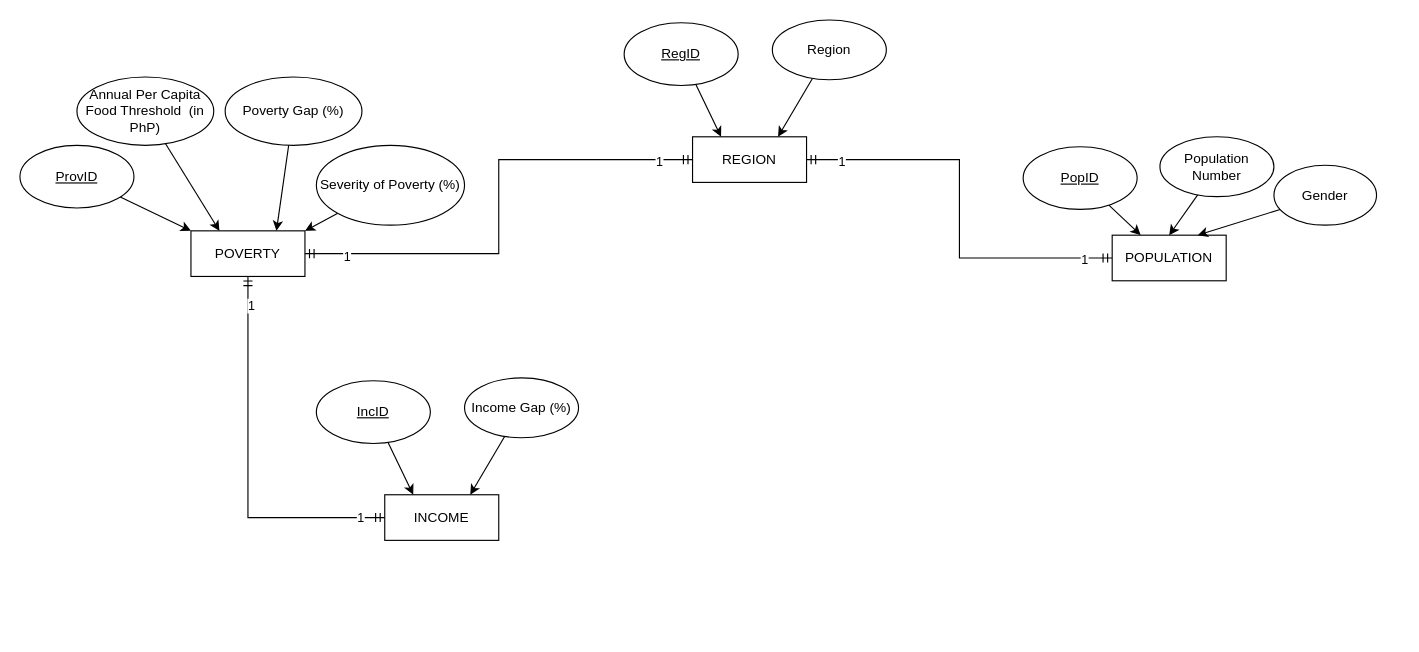
This is page "ERD" (2 of 3) of DECapstone diagrams.drawio from vinsanity2022/SPARTACapstone, a draw.io file, before an edit. Source tidied: cells renumbered, new cells numbered last; positions are measured from the earlier drawing's top-left corner, leaving out a move shared by most shapes. Both pictures are drawn from the tidied source at 114%, with x=0, y=0 at pixel (19, 19).
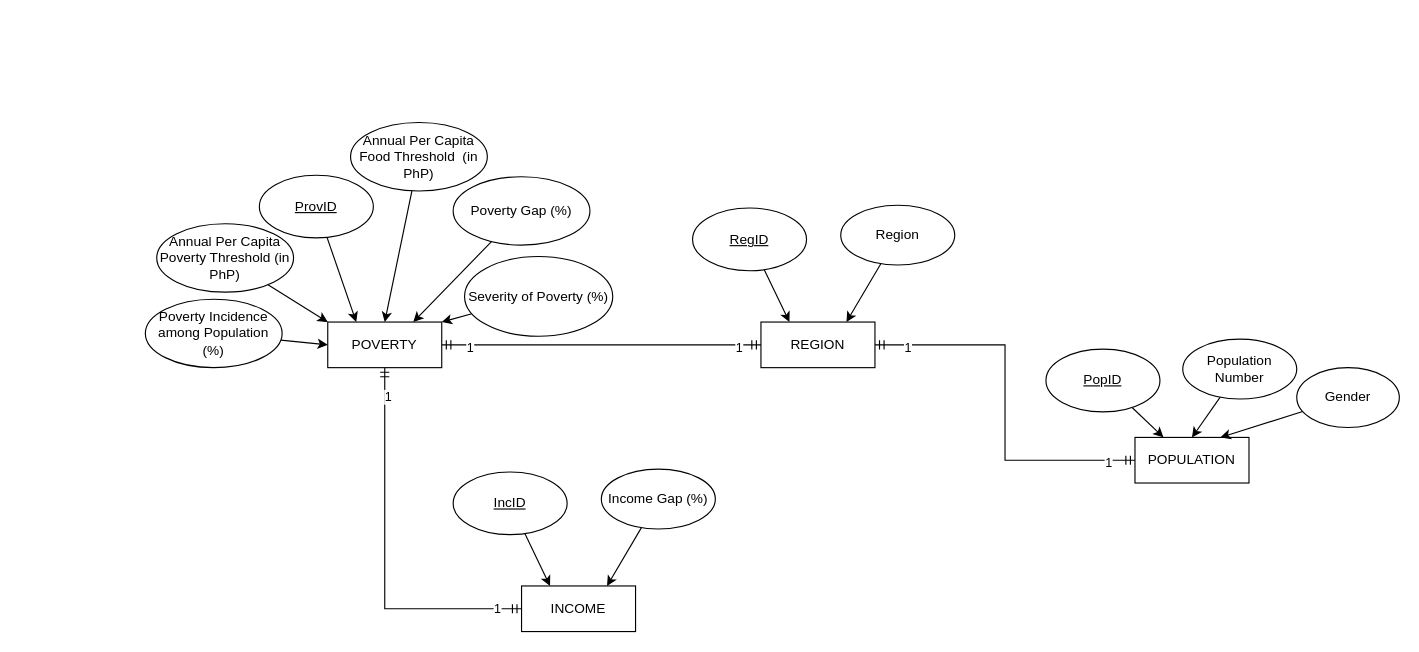
The same diagram, later.

What changed in the source:
```diff
@@
     <mxCell id="2" value="POVERTY" style="whiteSpace=wrap;html=1;align=center;" parent="1" vertex="1">
-      <mxGeometry x="150" y="185" width="100" height="40" as="geometry" />
+      <mxGeometry x="270" y="265" width="100" height="40" as="geometry" />
     </mxCell>
-    <mxCell id="3" style="rounded=0;jettySize=auto;html=1;entryX=0.25;entryY=0;entryDx=0;entryDy=0;" parent="1" edge="1" source="4" target="2">
+    <mxCell id="3" style="rounded=0;jettySize=auto;html=1;entryX=0.5;entryY=0;entryDx=0;entryDy=0;" parent="1" edge="1" source="4" target="2">
       <mxGeometry relative="1" as="geometry" />
     </mxCell>
     <mxCell id="4" value="Annual Per Capita Food Threshold&amp;nbsp; (in PhP)" style="ellipse;whiteSpace=wrap;html=1;align=center;" parent="1" vertex="1">
-      <mxGeometry x="50" y="50" width="120" height="60" as="geometry" />
+      <mxGeometry x="290" y="90" width="120" height="60" as="geometry" />
     </mxCell>
@@
     <mxCell id="6" value="Poverty Gap (%)" style="ellipse;whiteSpace=wrap;html=1;align=center;" parent="1" vertex="1">
-      <mxGeometry x="180" y="50" width="120" height="60" as="geometry" />
+      <mxGeometry x="380" y="137.5" width="120" height="60" as="geometry" />
     </mxCell>
@@
     <mxCell id="8" value="Severity of Poverty (%)" style="ellipse;whiteSpace=wrap;html=1;align=center;" parent="1" vertex="1">
-      <mxGeometry x="260" y="110" width="130" height="70" as="geometry" />
+      <mxGeometry x="390" y="207.5" width="130" height="70" as="geometry" />
     </mxCell>
     <mxCell id="9" value="REGION" style="whiteSpace=wrap;html=1;align=center;" parent="1" vertex="1">
-      <mxGeometry x="590" y="102.5" width="100" height="40" as="geometry" />
+      <mxGeometry x="650" y="265" width="100" height="40" as="geometry" />
     </mxCell>
@@
     <mxCell id="11" value="Region" style="ellipse;whiteSpace=wrap;html=1;align=center;" parent="1" vertex="1">
-      <mxGeometry x="660" width="100" height="52.5" as="geometry" />
+      <mxGeometry x="720" y="162.5" width="100" height="52.5" as="geometry" />
     </mxCell>
-    <mxCell id="12" style="rounded=0;jettySize=auto;html=1;entryX=0;entryY=0;entryDx=0;entryDy=0;" parent="1" edge="1" source="13" target="2">
+    <mxCell id="12" style="rounded=0;jettySize=auto;html=1;entryX=0.25;entryY=0;entryDx=0;entryDy=0;" parent="1" edge="1" source="13" target="2">
       <mxGeometry relative="1" as="geometry" />
     </mxCell>
     <mxCell id="13" value="ProvID" style="ellipse;whiteSpace=wrap;html=1;align=center;fontStyle=4;" parent="1" vertex="1">
-      <mxGeometry y="110" width="100" height="55" as="geometry" />
+      <mxGeometry x="210" y="136.2" width="100" height="55" as="geometry" />
     </mxCell>
@@
     <mxCell id="15" value="RegID" style="ellipse;whiteSpace=wrap;html=1;align=center;fontStyle=4;" parent="1" vertex="1">
-      <mxGeometry x="530" y="2.5" width="100" height="55" as="geometry" />
+      <mxGeometry x="590" y="165" width="100" height="55" as="geometry" />
     </mxCell>
@@
     <mxCell id="19" value="INCOME" style="whiteSpace=wrap;html=1;align=center;" parent="1" vertex="1">
-      <mxGeometry x="320" y="416.5" width="100" height="40" as="geometry" />
+      <mxGeometry x="440" y="496.5" width="100" height="40" as="geometry" />
     </mxCell>
@@
     <mxCell id="21" value="Income Gap (%)" style="ellipse;whiteSpace=wrap;html=1;align=center;" parent="1" vertex="1">
-      <mxGeometry x="390" y="314" width="100" height="52.5" as="geometry" />
+      <mxGeometry x="510" y="394" width="100" height="52.5" as="geometry" />
     </mxCell>
@@
     <mxCell id="23" value="IncID" style="ellipse;whiteSpace=wrap;html=1;align=center;fontStyle=4;" parent="1" vertex="1">
-      <mxGeometry x="260" y="316.5" width="100" height="55" as="geometry" />
+      <mxGeometry x="380" y="396.5" width="100" height="55" as="geometry" />
     </mxCell>
@@
     <mxCell id="27" value="POPULATION" style="whiteSpace=wrap;html=1;align=center;" parent="1" vertex="1">
-      <mxGeometry x="958.1" y="188.8" width="100" height="40" as="geometry" />
+      <mxGeometry x="978.1" y="366.2" width="100" height="40" as="geometry" />
     </mxCell>
@@
     <mxCell id="29" value="Population Number" style="ellipse;whiteSpace=wrap;html=1;align=center;" parent="1" vertex="1">
-      <mxGeometry x="1000" y="102.5" width="100" height="52.5" as="geometry" />
+      <mxGeometry x="1020" y="280" width="100" height="52.5" as="geometry" />
     </mxCell>
@@
     <mxCell id="31" value="PopID" style="ellipse;whiteSpace=wrap;html=1;align=center;fontStyle=4;" parent="1" vertex="1">
-      <mxGeometry x="880" y="111.2" width="100" height="55" as="geometry" />
+      <mxGeometry x="900" y="288.8" width="100" height="55" as="geometry" />
     </mxCell>
@@
     <mxCell id="36" value="Gender" style="ellipse;whiteSpace=wrap;html=1;align=center;" parent="1" vertex="1">
-      <mxGeometry x="1100" y="127.5" width="90" height="52.5" as="geometry" />
+      <mxGeometry x="1120" y="305" width="90" height="52.5" as="geometry" />
     </mxCell>
+    <mxCell id="37" style="rounded=0;jettySize=auto;html=1;entryX=0;entryY=0;entryDx=0;entryDy=0;" parent="1" edge="1" source="38" target="2">
+      <mxGeometry relative="1" as="geometry" />
+    </mxCell>
+    <mxCell id="38" value="Annual Per Capita Poverty Threshold (in PhP)" style="ellipse;whiteSpace=wrap;html=1;align=center;" parent="1" vertex="1">
+      <mxGeometry x="120" y="178.8" width="120" height="60" as="geometry" />
+    </mxCell>
+    <mxCell id="39" style="rounded=0;jettySize=auto;html=1;entryX=0;entryY=0.5;entryDx=0;entryDy=0;" parent="1" edge="1" source="40" target="2">
+      <mxGeometry relative="1" as="geometry" />
+    </mxCell>
+    <mxCell id="40" value="Poverty Incidence among Population (%)" style="ellipse;whiteSpace=wrap;html=1;align=center;" parent="1" vertex="1">
+      <mxGeometry x="110" y="245" width="120" height="60" as="geometry" />
+    </mxCell>
```
